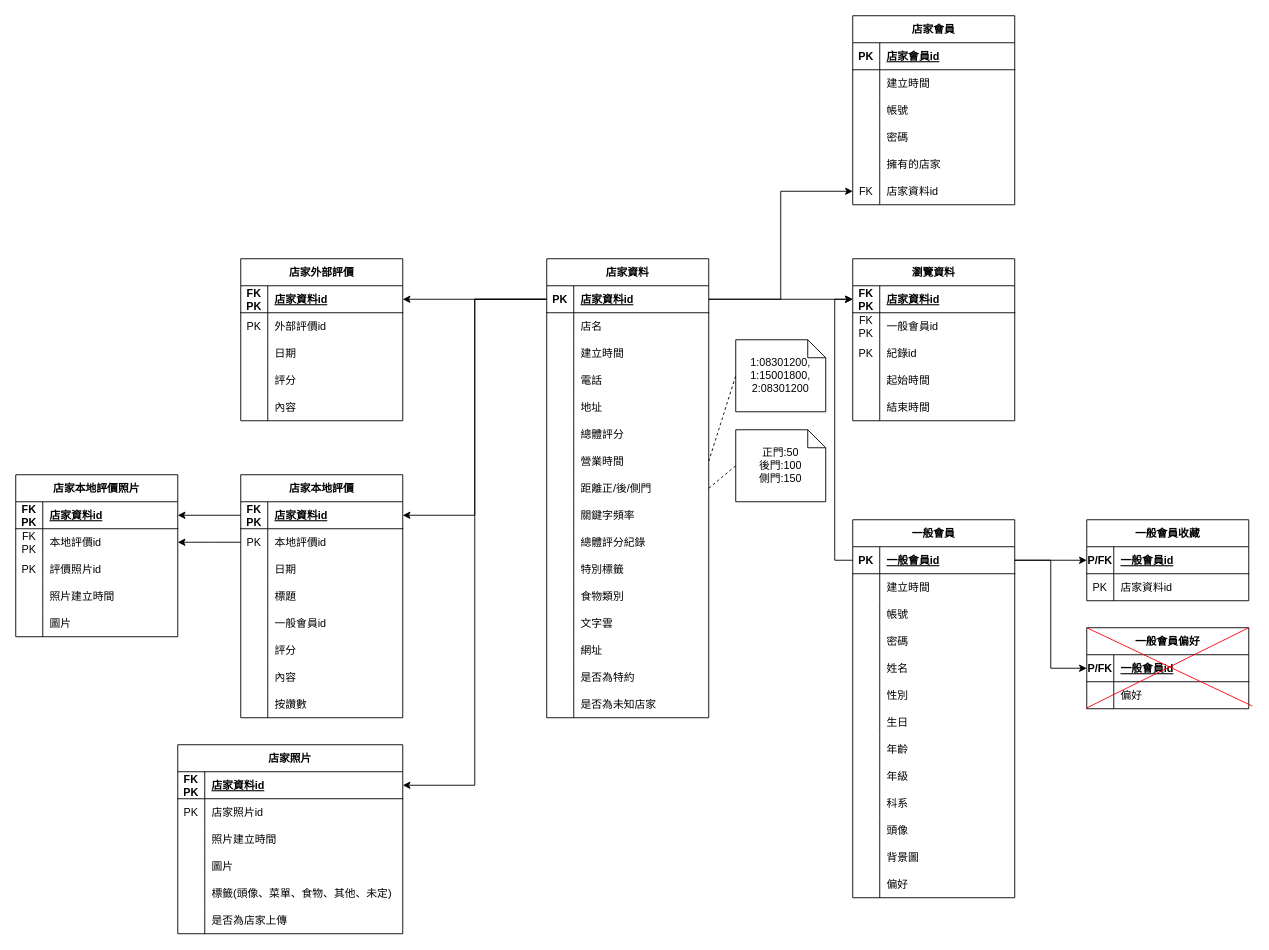
The draw.io diagram 檔案繳交/資料庫/10846043/設計/10846043_關聯資料表.drawio in project-hungry-don-t-care-food/111402, before the edit. Source tidied: cells renumbered, new cells numbered last; positions are measured from the earlier drawing's top-left corner, leaving out a move shared by most shapes. Both pictures are drawn from the tidied source at 90%, with x=0, y=0 at pixel (15, 15).
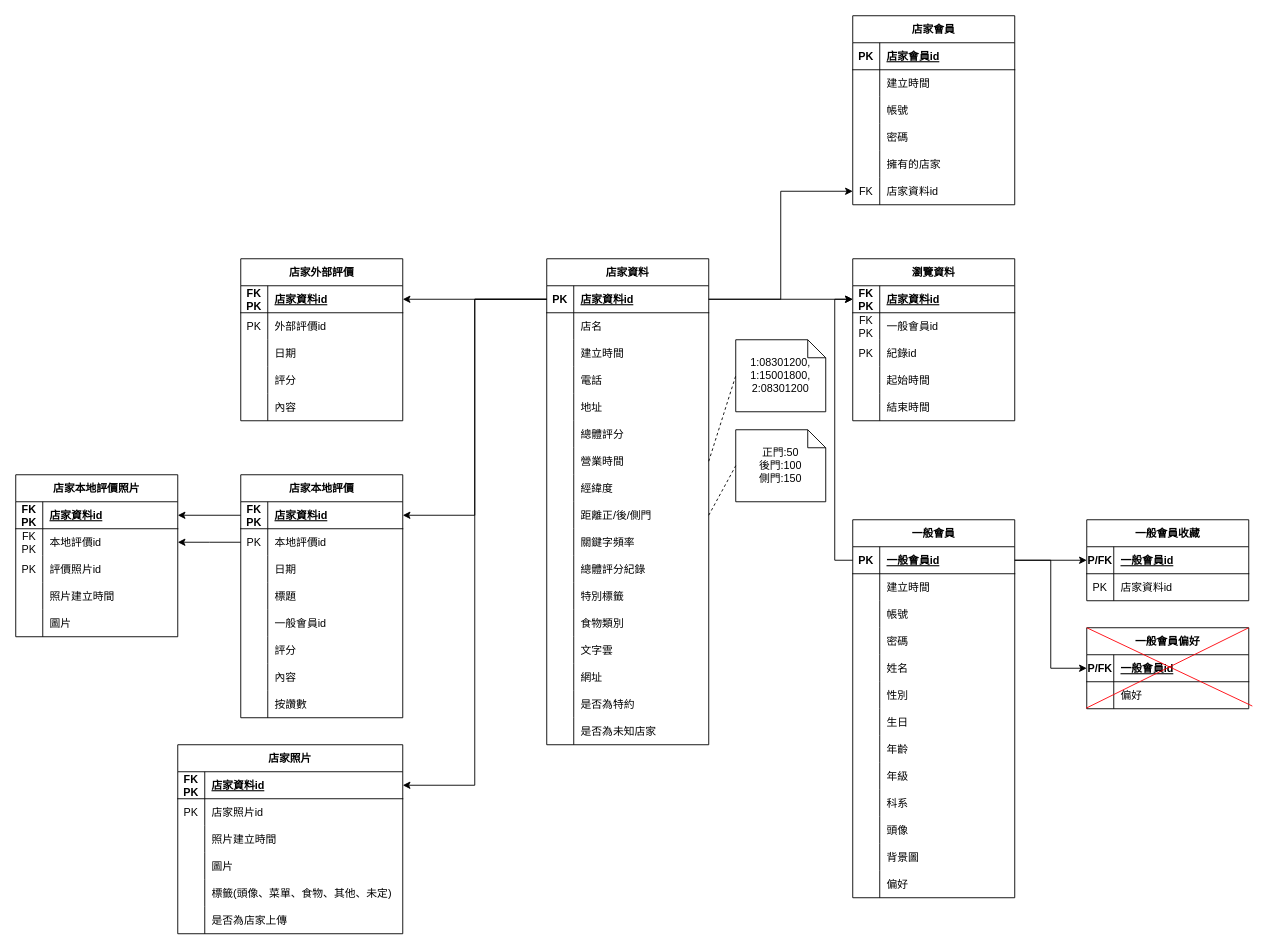
Above is the later version.

What changed in the source:
```diff
@@
     <mxCell id="2" value="店家資料" style="shape=table;startSize=30;childLayout=tableLayout;rowLines=0;fontStyle=1;align=center;" parent="1" vertex="1">
-      <mxGeometry x="590" y="270" width="180" height="510" as="geometry" />
+      <mxGeometry x="590" y="270" width="180" height="540" as="geometry" />
     </mxCell>
@@
+    <mxCell id="232" style="shape=tableRow;horizontal=0;startSize=0;swimlaneHead=0;swimlaneBody=0;fillColor=none;top=0;left=0;right=0;bottom=0;" parent="2" vertex="1">
+      <mxGeometry y="240" width="180" height="30" as="geometry" />
+    </mxCell>
+    <mxCell id="233" style="shape=partialRectangle;fillColor=none;top=0;left=0;bottom=0;right=0;overflow=hidden;" parent="232" vertex="1">
+      <mxGeometry width="30" height="30" as="geometry" />
+    </mxCell>
+    <mxCell id="234" value="經緯度" style="shape=partialRectangle;fillColor=none;top=0;left=0;bottom=0;right=0;align=left;spacingLeft=6;overflow=hidden;" parent="232" vertex="1">
+      <mxGeometry x="30" width="150" height="30" as="geometry" />
+    </mxCell>
     <mxCell id="24" style="shape=tableRow;horizontal=0;startSize=0;swimlaneHead=0;swimlaneBody=0;fillColor=none;points=[[0,0.5],[1,0.5]];portConstraint=eastwest;top=0;left=0;right=0;bottom=0;" parent="2" vertex="1">
-      <mxGeometry y="240" width="180" height="30" as="geometry" />
+      <mxGeometry y="270" width="180" height="30" as="geometry" />
     </mxCell>
@@
     <mxCell id="27" style="shape=tableRow;horizontal=0;startSize=0;swimlaneHead=0;swimlaneBody=0;fillColor=none;top=0;left=0;right=0;bottom=0;" parent="2" vertex="1">
-      <mxGeometry y="270" width="180" height="30" as="geometry" />
+      <mxGeometry y="300" width="180" height="30" as="geometry" />
     </mxCell>
@@
     <mxCell id="30" style="shape=tableRow;horizontal=0;startSize=0;swimlaneHead=0;swimlaneBody=0;fillColor=none;top=0;left=0;right=0;bottom=0;" parent="2" vertex="1">
-      <mxGeometry y="300" width="180" height="30" as="geometry" />
+      <mxGeometry y="330" width="180" height="30" as="geometry" />
     </mxCell>
@@
     <mxCell id="33" style="shape=tableRow;horizontal=0;startSize=0;swimlaneHead=0;swimlaneBody=0;fillColor=none;top=0;left=0;right=0;bottom=0;" parent="2" vertex="1">
-      <mxGeometry y="330" width="180" height="30" as="geometry" />
+      <mxGeometry y="360" width="180" height="30" as="geometry" />
     </mxCell>
@@
     <mxCell id="36" style="shape=tableRow;horizontal=0;startSize=0;swimlaneHead=0;swimlaneBody=0;fillColor=none;top=0;left=0;right=0;bottom=0;" parent="2" vertex="1">
-      <mxGeometry y="360" width="180" height="30" as="geometry" />
+      <mxGeometry y="390" width="180" height="30" as="geometry" />
     </mxCell>
@@
     <mxCell id="39" style="shape=tableRow;horizontal=0;startSize=0;swimlaneHead=0;swimlaneBody=0;fillColor=none;top=0;left=0;right=0;bottom=0;" parent="2" vertex="1">
-      <mxGeometry y="390" width="180" height="30" as="geometry" />
+      <mxGeometry y="420" width="180" height="30" as="geometry" />
     </mxCell>
@@
     <mxCell id="42" style="shape=tableRow;horizontal=0;startSize=0;swimlaneHead=0;swimlaneBody=0;fillColor=none;top=0;left=0;right=0;bottom=0;" parent="2" vertex="1">
-      <mxGeometry y="420" width="180" height="30" as="geometry" />
+      <mxGeometry y="450" width="180" height="30" as="geometry" />
     </mxCell>
@@
     <mxCell id="45" style="shape=tableRow;horizontal=0;startSize=0;swimlaneHead=0;swimlaneBody=0;fillColor=none;top=0;left=0;right=0;bottom=0;" parent="2" vertex="1">
-      <mxGeometry y="450" width="180" height="30" as="geometry" />
+      <mxGeometry y="480" width="180" height="30" as="geometry" />
     </mxCell>
@@
     <mxCell id="48" style="shape=tableRow;horizontal=0;startSize=0;swimlaneHead=0;swimlaneBody=0;fillColor=none;top=0;left=0;right=0;bottom=0;" parent="2" vertex="1">
-      <mxGeometry y="480" width="180" height="30" as="geometry" />
+      <mxGeometry y="510" width="180" height="30" as="geometry" />
     </mxCell>
```
